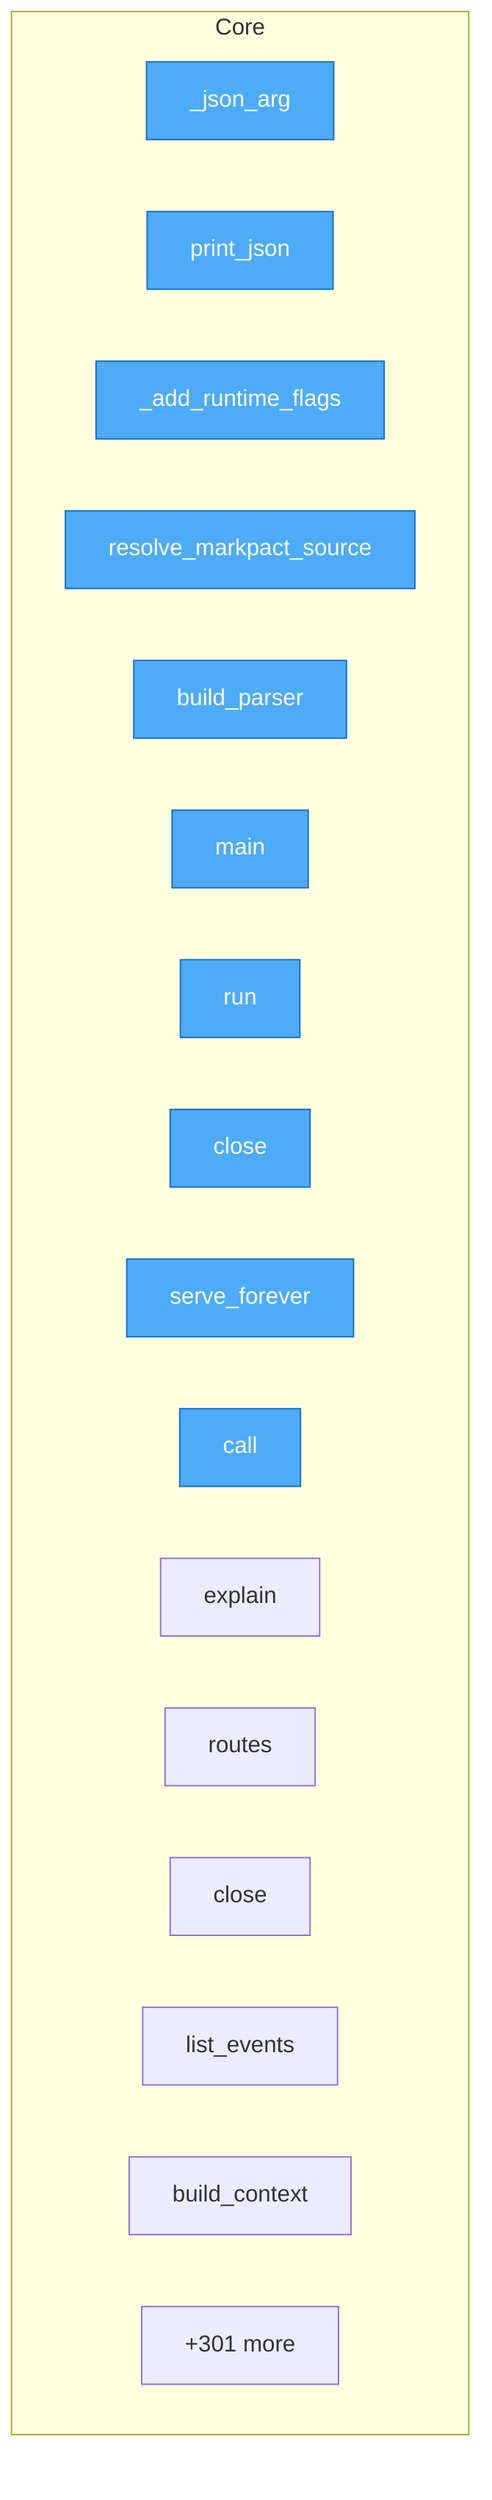
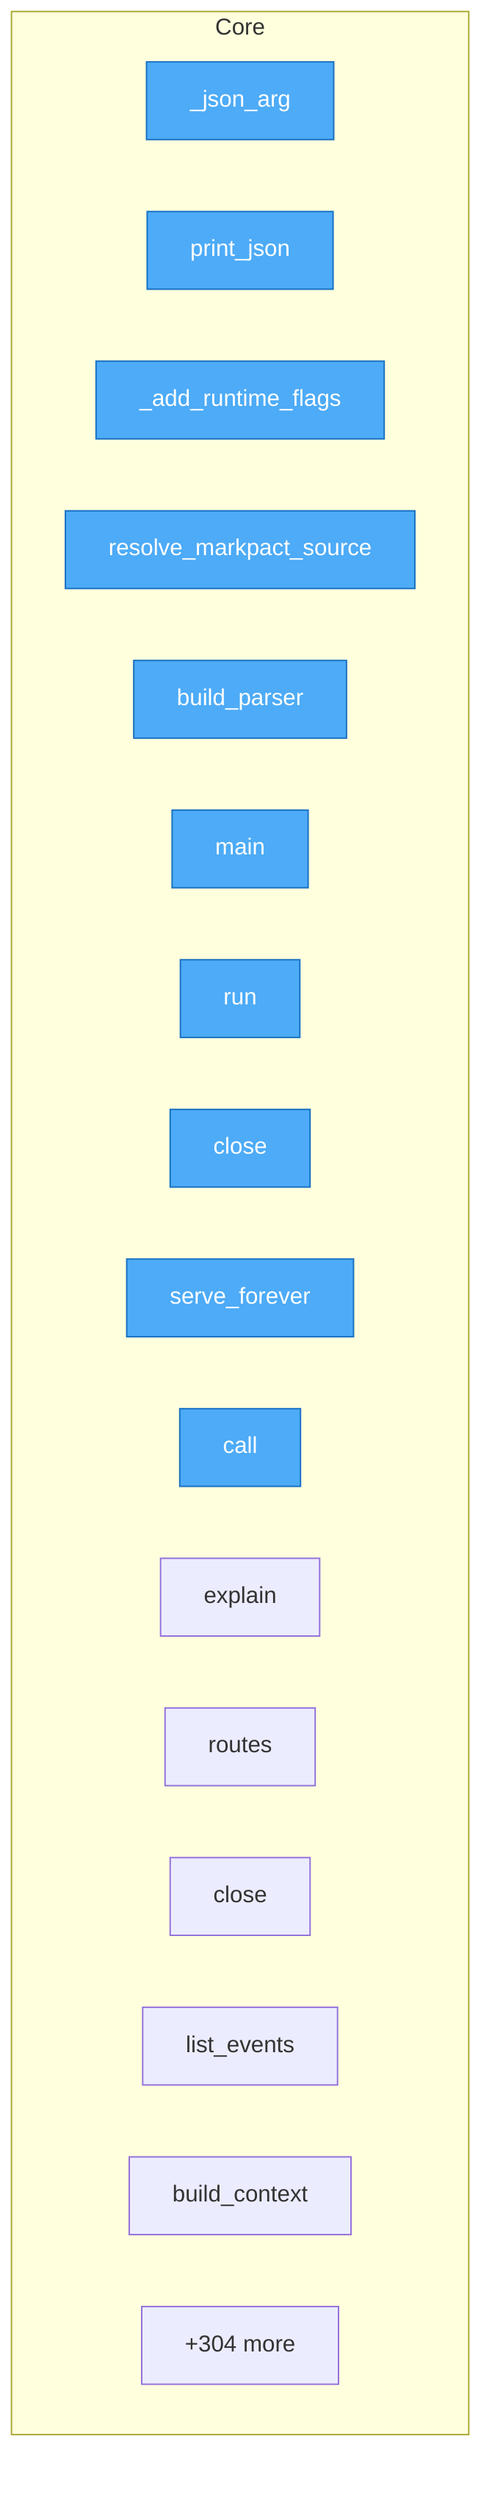
flowchart TD
%% generated in 0.01s

    %% Entry points (blue)
    classDef entry fill:#4dabf7,stroke:#1971c2,color:#fff

    subgraph Core
        src__urisys__cli___json_arg["_json_arg"]
        src__urisys__cli__print_json["print_json"]
        src__urisys__cli___add_runtime_flags["_add_runtime_flags"]
        src__urisys__cli__resolve_markpact_source["resolve_markpact_source"]
        src__urisys__cli__build_parser["build_parser"]
        src__urisys__cli__main["main"]
        src__urisys__controllers__flow_controller__FlowController__run["run"]
        src__urisys__controllers__flow_controller__FlowController__close["close"]
        src__urisys__controllers__server_controller__ServerController__serve_forever["serve_forever"]
        src__urisys__controllers__uri_controller__UriController__call["call"]
        src__urisys__controllers__uri_controller__UriController__explain["explain"]
        src__urisys__controllers__uri_controller__UriController__routes["routes"]
        src__urisys__controllers__uri_controller__UriController__close["close"]
        src__urisys__managers__event_manager__EventManager__list_events["list_events"]
        src__urisys__managers__policy_manager__PolicyManager__build_context["build_context"]
-         ...["+301 more"]
+         ...["+304 more"]
    end

    class src__urisys__cli___json_arg,src__urisys__cli__print_json,src__urisys__cli___add_runtime_flags,src__urisys__cli__resolve_markpact_source,src__urisys__cli__build_parser,src__urisys__cli__main,src__urisys__controllers__flow_controller__FlowController__run,src__urisys__controllers__flow_controller__FlowController__close,src__urisys__controllers__server_controller__ServerController__serve_forever,src__urisys__controllers__uri_controller__UriController__call entry
